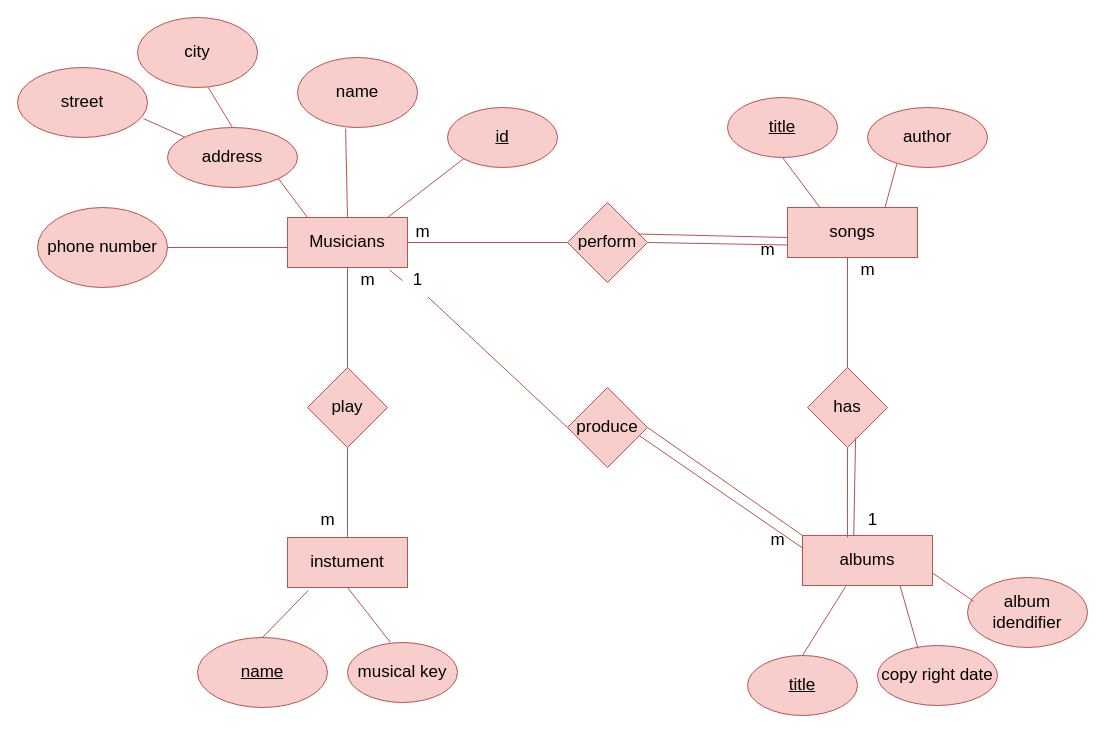
ArwaAlaa1/Back-End keeps this draw.io diagram as ERDs/Musicana/Musican.drawio. Above is the earlier version. Source tidied: cells renumbered, new cells numbered last; positions are measured from the earlier drawing's top-left corner, leaving out a move shared by most shapes. Both pictures are drawn from the tidied source at 100%, with x=0, y=0 at pixel (17, 17).
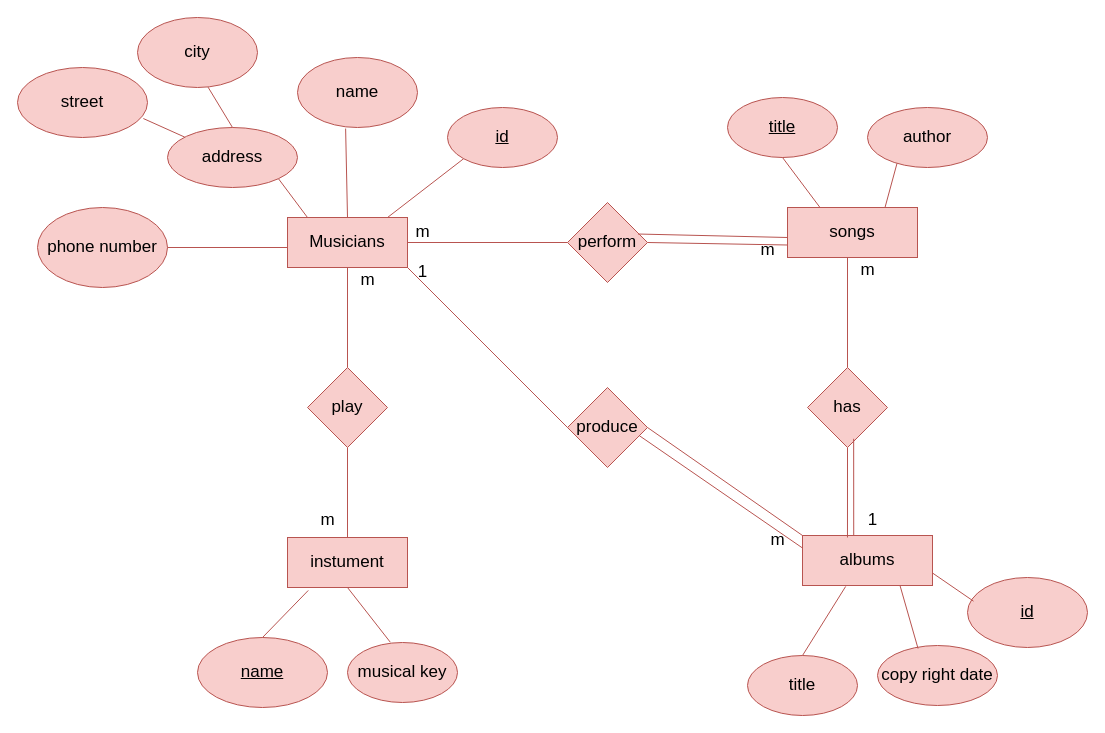
After the change.

The change refers to these unchanged cells:
```xml
<mxCell id="2" value="Musicians" style="rounded=0;whiteSpace=wrap;html=1;fontSize=17;fillColor=#f8cecc;strokeColor=#b85450;" parent="1" vertex="1">
  <mxGeometry x="270" y="200" width="120" height="50" as="geometry" />
</mxCell>
<mxCell id="20" value="albums" style="rounded=0;whiteSpace=wrap;html=1;fontSize=17;fillColor=#f8cecc;strokeColor=#b85450;" parent="1" vertex="1">
  <mxGeometry x="785" y="518" width="130" height="50" as="geometry" />
</mxCell>
<mxCell id="37" value="has" style="rhombus;whiteSpace=wrap;html=1;fontSize=17;fillColor=#f8cecc;strokeColor=#b85450;" parent="1" vertex="1">
  <mxGeometry x="790" y="350" width="80" height="80" as="geometry" />
</mxCell>
<mxCell id="48" value="produce" style="rhombus;whiteSpace=wrap;html=1;fontSize=17;fillColor=#f8cecc;strokeColor=#b85450;" parent="1" vertex="1">
  <mxGeometry x="550" y="370" width="80" height="80" as="geometry" />
</mxCell>
```

What changed in the source:
```diff
@@
-    <mxCell id="21" value="&lt;u style=&quot;font-size: 17px;&quot;&gt;title&lt;/u&gt;" style="ellipse;whiteSpace=wrap;html=1;fontSize=17;fillColor=#f8cecc;strokeColor=#b85450;" parent="1" vertex="1">
+    <mxCell id="21" value="&lt;span style=&quot;font-size: 17px;&quot;&gt;title&lt;/span&gt;" style="ellipse;whiteSpace=wrap;html=1;fontSize=17;fillColor=#f8cecc;strokeColor=#b85450;" parent="1" vertex="1">
       <mxGeometry x="730" y="638" width="110" height="60" as="geometry" />
     </mxCell>
@@
-    <mxCell id="23" value="album idendifier" style="ellipse;whiteSpace=wrap;html=1;fontSize=17;fillColor=#f8cecc;strokeColor=#b85450;" parent="1" vertex="1">
+    <mxCell id="23" value="&lt;u&gt;id&lt;/u&gt;" style="ellipse;whiteSpace=wrap;html=1;fontSize=17;fillColor=#f8cecc;strokeColor=#b85450;" parent="1" vertex="1">
       <mxGeometry x="950" y="560" width="120" height="70" as="geometry" />
     </mxCell>
@@
-    <mxCell id="40" style="endArrow=none;html=1;rounded=0;fontSize=17;fillColor=#f8cecc;strokeColor=#b85450;exitX=0.394;exitY=0.009;exitDx=0;exitDy=0;exitPerimeter=0;entryX=0.601;entryY=0.879;entryDx=0;entryDy=0;entryPerimeter=0;" parent="1" edge="1" source="20" target="37">
+    <mxCell id="40" style="endArrow=none;html=1;rounded=0;fontSize=17;fillColor=#f8cecc;strokeColor=#b85450;exitX=0.394;exitY=0.009;exitDx=0;exitDy=0;exitPerimeter=0;entryX=0.577;entryY=0.891;entryDx=0;entryDy=0;entryPerimeter=0;" parent="1" edge="1" source="20" target="37">
       <mxGeometry relative="1" as="geometry" />
     </mxCell>
@@
-    <mxCell id="49" style="endArrow=none;html=1;rounded=0;exitX=0.851;exitY=1.052;exitDx=0;exitDy=0;exitPerimeter=0;entryX=0;entryY=0.5;entryDx=0;entryDy=0;fontSize=17;fillColor=#f8cecc;strokeColor=#b85450;" parent="1" edge="1" source="54" target="48">
+    <mxCell id="49" style="endArrow=none;html=1;rounded=0;exitX=1;exitY=1;exitDx=0;exitDy=0;entryX=0;entryY=0.5;entryDx=0;entryDy=0;fontSize=17;fillColor=#f8cecc;strokeColor=#b85450;" parent="1" edge="1" source="2" target="48">
       <mxGeometry relative="1" as="geometry" />
     </mxCell>
@@
-    <mxCell id="53" style="endArrow=none;html=1;rounded=0;exitX=0.851;exitY=1.052;exitDx=0;exitDy=0;exitPerimeter=0;entryX=0;entryY=0.5;entryDx=0;entryDy=0;fontSize=17;fillColor=#f8cecc;strokeColor=#b85450;" parent="1" edge="1" source="2" target="54">
-      <mxGeometry relative="1" as="geometry" />
-    </mxCell>
     <mxCell id="54" value="1" style="text;html=1;align=center;verticalAlign=middle;points=[];fontSize=17;" parent="1" vertex="1">
-      <mxGeometry x="385" y="248" width="30" height="30" as="geometry" />
+      <mxGeometry x="390" y="240" width="30" height="30" as="geometry" />
     </mxCell>
```
